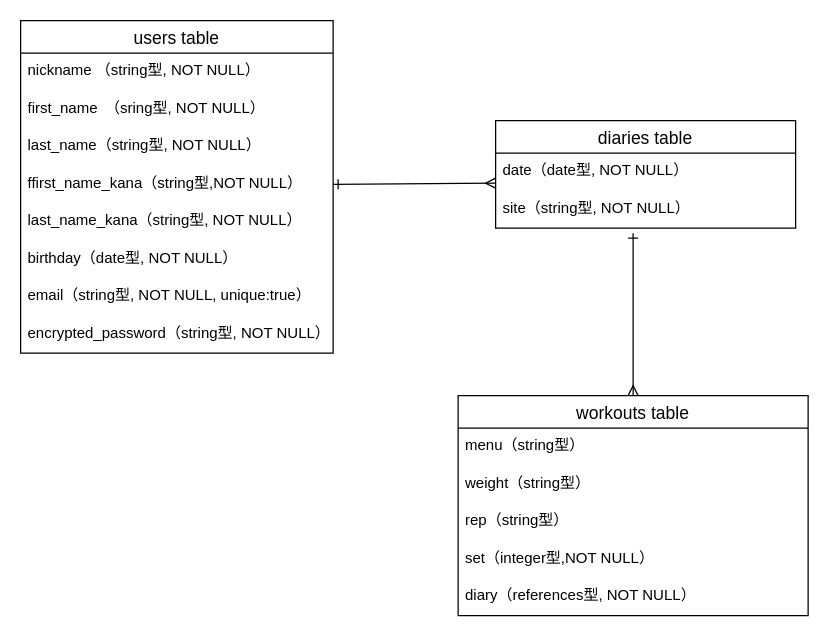
Earlier version of the draw.io diagram workout_diary.dio (wataru5354/workout_diary). Source tidied: cells renumbered, new cells numbered last; positions are measured from the earlier drawing's top-left corner, leaving out a move shared by most shapes. Both pictures are drawn from the tidied source at 125%, with x=0, y=0 at pixel (20, 20).
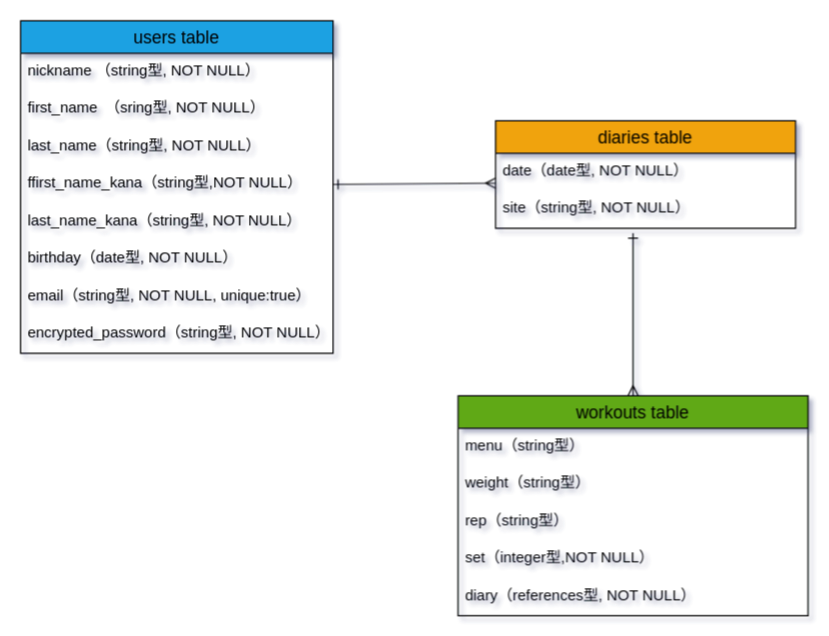
After the change.

Diff of the diagram source:
```diff
@@
-<mxGraphModel>
+<mxGraphModel shadow="1">
@@
-    <mxCell id="2" value="users table" style="swimlane;fontStyle=0;horizontal=1;startSize=26;align=center;fontSize=14;" parent="1" vertex="1">
+    <mxCell id="2" value="users table" style="swimlane;fontStyle=0;horizontal=1;startSize=26;align=center;fontSize=14;strokeColor=#000000;fillColor=#1ba1e2;fontColor=#000000;rounded=0;" parent="1" vertex="1">
       <mxGeometry width="250" height="266" as="geometry" />
     </mxCell>
@@
-    <mxCell id="11" value="diaries table" style="swimlane;fontStyle=0;horizontal=1;startSize=26;align=center;fontSize=14;" parent="1" vertex="1">
+    <mxCell id="11" value="diaries table" style="swimlane;fontStyle=0;horizontal=1;startSize=26;align=center;fontSize=14;fillColor=#f0a30a;fontColor=#000000;strokeColor=#000000;" parent="1" vertex="1">
       <mxGeometry x="380" y="80" width="240" height="86" as="geometry" />
     </mxCell>
@@
-    <mxCell id="15" value="workouts table" style="swimlane;fontStyle=0;horizontal=1;startSize=26;align=center;fontSize=14;" parent="1" vertex="1">
+    <mxCell id="15" value="workouts table" style="swimlane;fontStyle=0;horizontal=1;startSize=26;align=center;fontSize=14;swimlaneFillColor=none;strokeColor=#000000;fillColor=#60a917;fontColor=#000000;labelBackgroundColor=none;" parent="1" vertex="1">
       <mxGeometry x="350" y="300" width="280" height="176" as="geometry" />
     </mxCell>
-    <mxCell id="16" value="menu（string型）" style="text;strokeColor=none;fillColor=none;spacingLeft=4;spacingRight=4;overflow=hidden;fontSize=12;" parent="15" vertex="1">
+    <mxCell id="16" value="menu（string型）" style="text;spacingLeft=4;spacingRight=4;overflow=hidden;fontSize=12;" parent="15" vertex="1">
       <mxGeometry y="26" width="280" height="30" as="geometry" />
     </mxCell>
```
